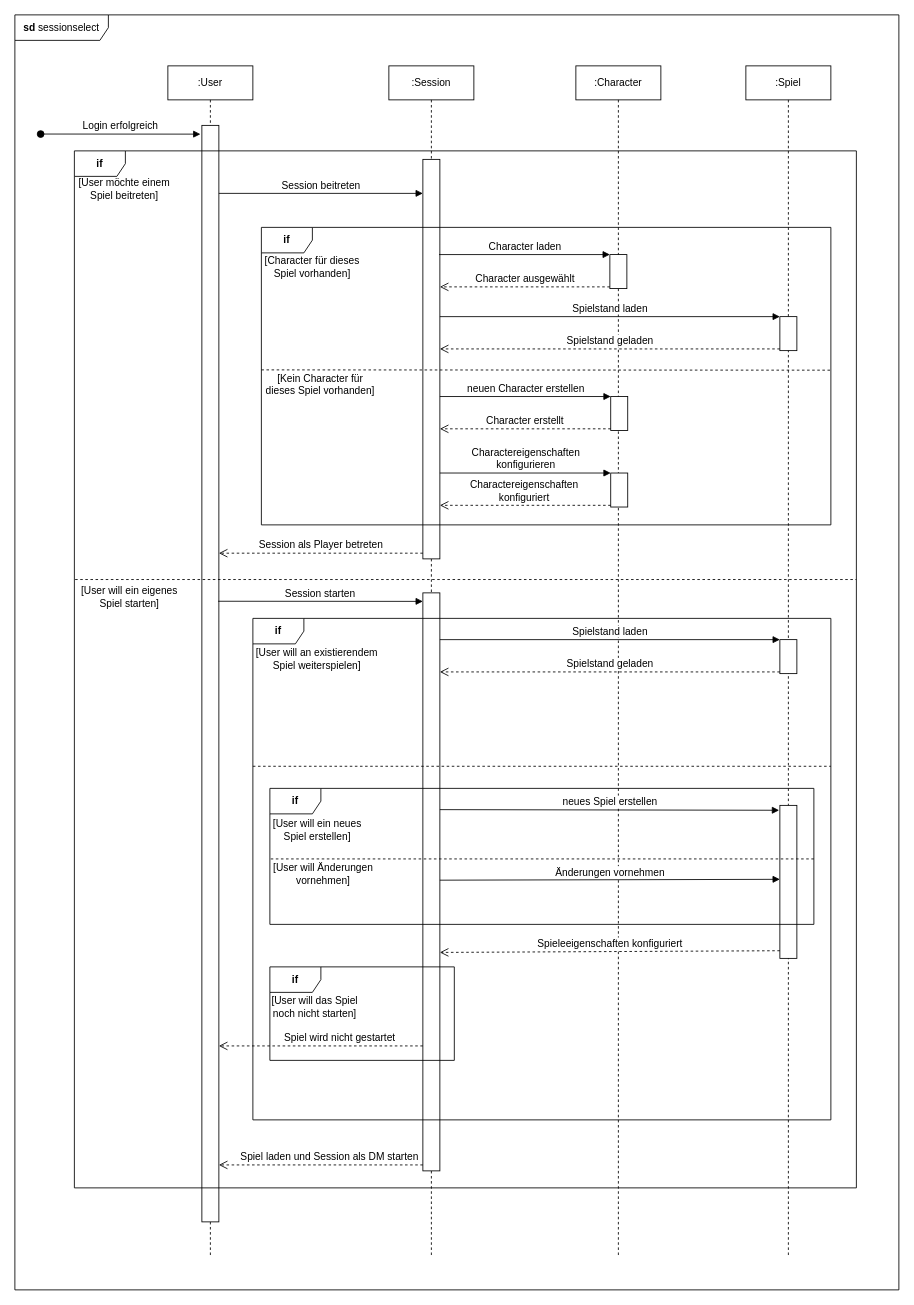
QtSwabianGirl/d6 keeps this draw.io diagram as doc/Modellierung/UML_Diagramme/Sequenzdiagramm (4.3).drawio. Above is the earlier version. Source tidied: cells renumbered, new cells numbered last; positions are measured from the earlier drawing's top-left corner, leaving out a move shared by most shapes. Both pictures are drawn from the tidied source at 85%, with x=0, y=0 at pixel (14, 14).
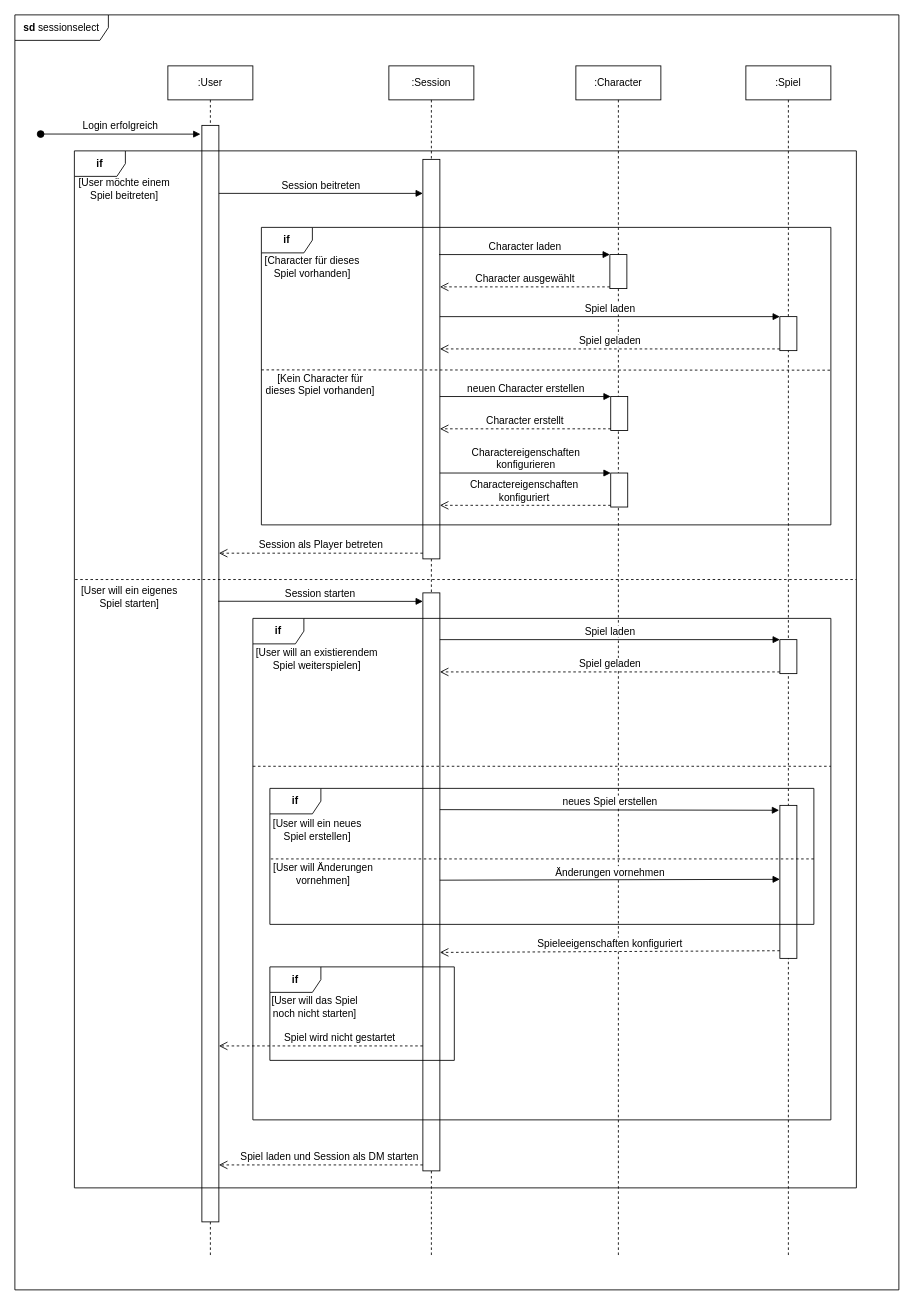
Above is the later version.

The change refers to these unchanged cells:
```xml
<mxCell id="25" style="html=1;points=[];perimeter=orthogonalPerimeter;fontSize=12;" parent="1" vertex="1">
  <mxGeometry x="900" y="355" width="20" height="40" as="geometry" />
</mxCell>
<mxCell id="44" style="html=1;points=[];perimeter=orthogonalPerimeter;fontSize=12;" parent="1" vertex="1">
  <mxGeometry x="900" y="735" width="20" height="40" as="geometry" />
</mxCell>
```

Diff of the diagram source:
```diff
@@
-    <mxCell id="26" value="Spielstand laden" style="html=1;verticalAlign=bottom;endArrow=block;entryX=0;entryY=0;fontSize=12;" parent="1" edge="1" target="25">
+    <mxCell id="26" value="Spiel laden" style="html=1;verticalAlign=bottom;endArrow=block;entryX=0;entryY=0;fontSize=12;" parent="1" edge="1" target="25">
       <mxGeometry relative="1" as="geometry">
         <mxPoint x="500" y="355" as="sourcePoint" />
       </mxGeometry>
     </mxCell>
-    <mxCell id="27" value="Spielstand geladen" style="html=1;verticalAlign=bottom;endArrow=open;dashed=1;endSize=8;exitX=0;exitY=0.95;fontSize=12;" parent="1" edge="1" source="25">
+    <mxCell id="27" value="Spiel geladen" style="html=1;verticalAlign=bottom;endArrow=open;dashed=1;endSize=8;exitX=0;exitY=0.95;fontSize=12;" parent="1" edge="1" source="25">
       <mxGeometry relative="1" as="geometry">
         <mxPoint x="500" y="393" as="targetPoint" />
       </mxGeometry>
     </mxCell>
@@
-    <mxCell id="45" value="Spielstand laden" style="html=1;verticalAlign=bottom;endArrow=block;entryX=0;entryY=0;fontSize=12;" parent="1" edge="1" target="44">
+    <mxCell id="45" value="Spiel laden" style="html=1;verticalAlign=bottom;endArrow=block;entryX=0;entryY=0;fontSize=12;" parent="1" edge="1" target="44">
       <mxGeometry relative="1" as="geometry">
         <mxPoint x="500" y="735" as="sourcePoint" />
       </mxGeometry>
     </mxCell>
-    <mxCell id="46" value="Spielstand geladen" style="html=1;verticalAlign=bottom;endArrow=open;dashed=1;endSize=8;exitX=0;exitY=0.95;fontSize=12;" parent="1" edge="1" source="44">
+    <mxCell id="46" value="Spiel geladen" style="html=1;verticalAlign=bottom;endArrow=open;dashed=1;endSize=8;exitX=0;exitY=0.95;fontSize=12;" parent="1" edge="1" source="44">
       <mxGeometry relative="1" as="geometry">
         <mxPoint x="500" y="773" as="targetPoint" />
       </mxGeometry>
     </mxCell>
```
